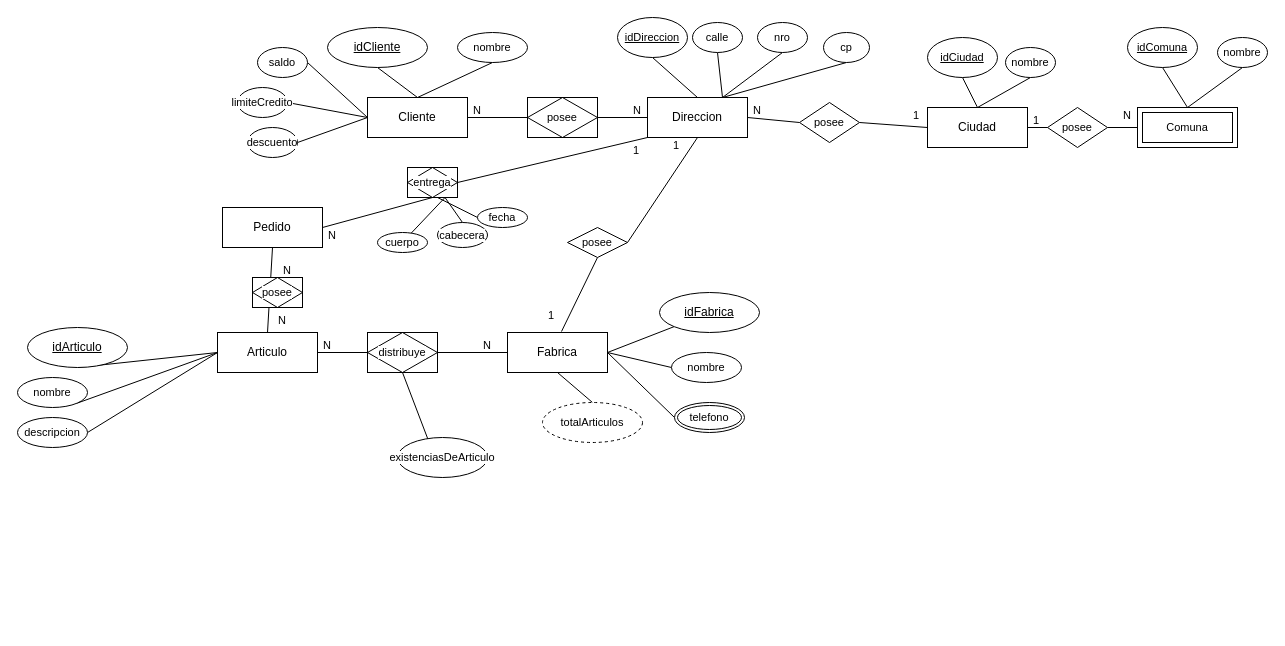
The draw.io diagram ej9.drawio in Donnie-MS/DiagramasUML-BaseDeDatos-Objetos2, before the edit. Source tidied: cells renumbered, new cells numbered last; positions are measured from the earlier drawing's top-left corner, leaving out a move shared by most shapes. Both pictures are drawn from the tidied source at 100%, with x=0, y=0 at pixel (17, 17).
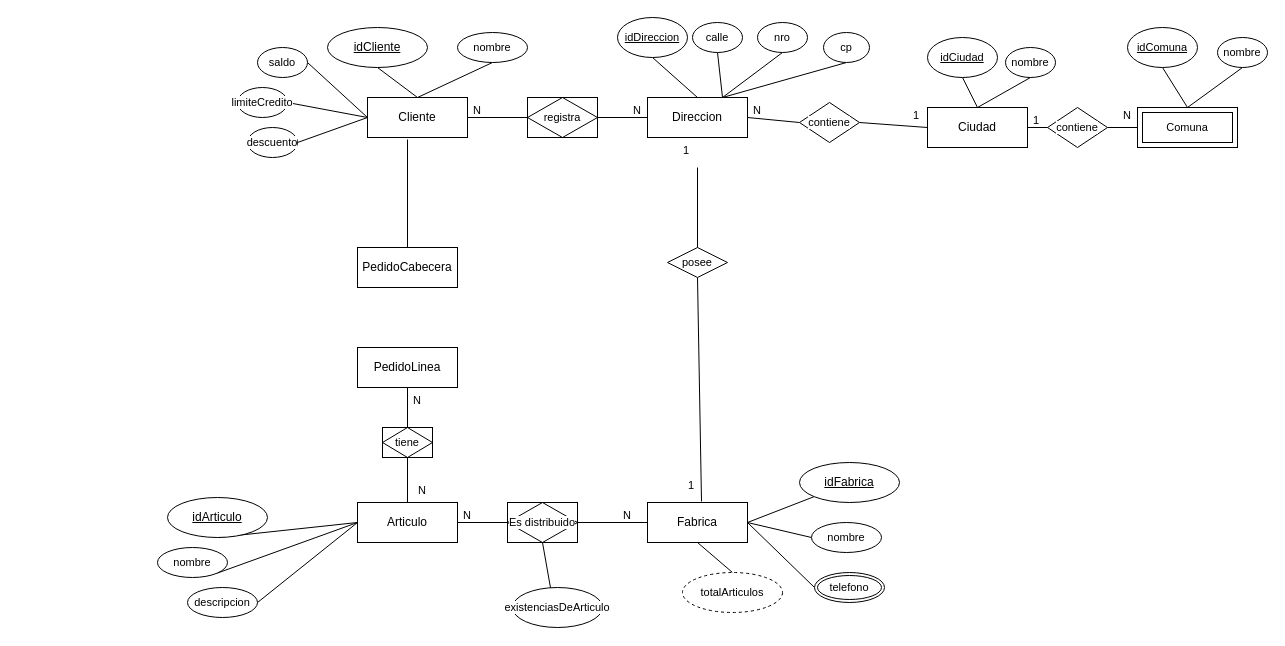
The same diagram, later.

The change refers to these unchanged cells:
```xml
<mxCell id="3" value="Cliente" style="whiteSpace=wrap;html=1;align=center;" parent="1" vertex="1">
  <mxGeometry x="350" y="80" width="100" height="40" as="geometry" />
</mxCell>
<mxCell id="10" value="Direccion" style="whiteSpace=wrap;html=1;align=center;" parent="1" vertex="1">
  <mxGeometry x="630" y="80" width="100" height="40" as="geometry" />
</mxCell>
```

The edit, as a diff of the source:
```diff
@@
-    <mxCell id="17" value="posee" style="shape=associativeEntity;whiteSpace=wrap;html=1;align=center;fontFamily=Helvetica;fontSize=11;fontColor=default;labelBackgroundColor=default;" parent="1" vertex="1">
+    <mxCell id="17" value="registra" style="shape=associativeEntity;whiteSpace=wrap;html=1;align=center;fontFamily=Helvetica;fontSize=11;fontColor=default;labelBackgroundColor=default;" parent="1" vertex="1">
       <mxGeometry x="510" y="80" width="70" height="40" as="geometry" />
     </mxCell>
@@
     <mxCell id="29" value="Articulo" style="whiteSpace=wrap;html=1;align=center;" parent="1" vertex="1">
-      <mxGeometry x="200" y="315" width="100" height="40" as="geometry" />
+      <mxGeometry x="340" y="485" width="100" height="40" as="geometry" />
     </mxCell>
@@
-    <mxCell id="31" style="edgeStyle=none;shape=connector;rounded=0;jettySize=auto;html=1;exitX=1;exitY=0.5;exitDx=0;exitDy=0;entryX=0.5;entryY=1;entryDx=0;entryDy=0;strokeColor=default;align=center;verticalAlign=middle;fontFamily=Helvetica;fontSize=11;fontColor=default;labelBackgroundColor=default;endArrow=none;" parent="1" edge="1" source="53" target="10">
+    <mxCell id="31" style="edgeStyle=none;shape=connector;rounded=0;jettySize=auto;html=1;exitX=0.5;exitY=0;exitDx=0;exitDy=0;entryX=0.5;entryY=1;entryDx=0;entryDy=0;strokeColor=default;align=center;verticalAlign=middle;fontFamily=Helvetica;fontSize=11;fontColor=default;labelBackgroundColor=default;endArrow=none;" parent="1" edge="1" source="97" target="10">
       <mxGeometry relative="1" as="geometry" />
     </mxCell>
     <mxCell id="32" value="Fabrica" style="whiteSpace=wrap;html=1;align=center;" parent="1" vertex="1">
-      <mxGeometry x="490" y="315" width="100" height="40" as="geometry" />
+      <mxGeometry x="630" y="485" width="100" height="40" as="geometry" />
     </mxCell>
@@
-    <mxCell id="34" value="distribuye" style="shape=associativeEntity;whiteSpace=wrap;html=1;align=center;fontFamily=Helvetica;fontSize=11;fontColor=default;labelBackgroundColor=default;" parent="1" vertex="1">
-      <mxGeometry x="350" y="315" width="70" height="40" as="geometry" />
+    <mxCell id="34" value="Es distribuido" style="shape=associativeEntity;whiteSpace=wrap;html=1;align=center;fontFamily=Helvetica;fontSize=11;fontColor=default;labelBackgroundColor=default;" parent="1" vertex="1">
+      <mxGeometry x="490" y="485" width="70" height="40" as="geometry" />
     </mxCell>
     <mxCell id="35" value="N" style="text;strokeColor=none;fillColor=none;spacingLeft=4;spacingRight=4;overflow=hidden;fontSize=11;whiteSpace=wrap;html=1;fontFamily=Helvetica;fontColor=default;labelBackgroundColor=default;" parent="1" vertex="1">
-      <mxGeometry x="460" y="315" width="20" height="30" as="geometry" />
+      <mxGeometry x="600" y="485" width="20" height="30" as="geometry" />
     </mxCell>
     <mxCell id="36" value="N" style="text;strokeColor=none;fillColor=none;spacingLeft=4;spacingRight=4;overflow=hidden;fontSize=11;whiteSpace=wrap;html=1;fontFamily=Helvetica;fontColor=default;labelBackgroundColor=default;" parent="1" vertex="1">
-      <mxGeometry x="300" y="315" width="20" height="30" as="geometry" />
+      <mxGeometry x="440" y="485" width="20" height="30" as="geometry" />
     </mxCell>
@@
     <mxCell id="38" value="existenciasDeArticulo" style="ellipse;whiteSpace=wrap;html=1;align=center;fontFamily=Helvetica;fontSize=11;fontColor=default;labelBackgroundColor=default;" parent="1" vertex="1">
-      <mxGeometry x="380" y="420" width="90" height="40" as="geometry" />
+      <mxGeometry x="495" y="570" width="90" height="40" as="geometry" />
     </mxCell>
@@
     <mxCell id="40" value="idArticulo" style="ellipse;whiteSpace=wrap;html=1;align=center;fontStyle=4;" parent="1" vertex="1">
-      <mxGeometry x="10" y="310" width="100" height="40" as="geometry" />
+      <mxGeometry x="150" y="480" width="100" height="40" as="geometry" />
     </mxCell>
@@
     <mxCell id="42" value="idFabrica" style="ellipse;whiteSpace=wrap;html=1;align=center;fontStyle=4;" parent="1" vertex="1">
-      <mxGeometry x="642" y="275" width="100" height="40" as="geometry" />
+      <mxGeometry x="782" y="445" width="100" height="40" as="geometry" />
     </mxCell>
@@
     <mxCell id="45" value="nombre" style="ellipse;whiteSpace=wrap;html=1;align=center;fontFamily=Helvetica;fontSize=11;fontColor=default;labelBackgroundColor=default;" parent="1" vertex="1">
-      <mxGeometry y="360" width="70" height="30" as="geometry" />
+      <mxGeometry x="140" y="530" width="70" height="30" as="geometry" />
     </mxCell>
     <mxCell id="46" style="edgeStyle=none;shape=connector;rounded=0;jettySize=auto;html=1;exitX=1;exitY=0.5;exitDx=0;exitDy=0;strokeColor=default;align=center;verticalAlign=middle;fontFamily=Helvetica;fontSize=11;fontColor=default;labelBackgroundColor=default;endArrow=none;" parent="1" edge="1" source="47">
       <mxGeometry relative="1" as="geometry">
-        <mxPoint x="200" y="335" as="targetPoint" />
+        <mxPoint x="340" y="505" as="targetPoint" />
       </mxGeometry>
     </mxCell>
     <mxCell id="47" value="descripcion" style="ellipse;whiteSpace=wrap;html=1;align=center;fontFamily=Helvetica;fontSize=11;fontColor=default;labelBackgroundColor=default;" parent="1" vertex="1">
-      <mxGeometry y="400" width="70" height="30" as="geometry" />
+      <mxGeometry x="170" y="570" width="70" height="30" as="geometry" />
     </mxCell>
     <mxCell id="48" value="nombre" style="ellipse;whiteSpace=wrap;html=1;align=center;fontFamily=Helvetica;fontSize=11;fontColor=default;labelBackgroundColor=default;" parent="1" vertex="1">
-      <mxGeometry x="654" y="335" width="70" height="30" as="geometry" />
+      <mxGeometry x="794" y="505" width="70" height="30" as="geometry" />
     </mxCell>
     <mxCell id="49" style="edgeStyle=none;shape=connector;rounded=0;jettySize=auto;html=1;exitX=0;exitY=0.5;exitDx=0;exitDy=0;strokeColor=default;align=center;verticalAlign=middle;fontFamily=Helvetica;fontSize=11;fontColor=default;labelBackgroundColor=default;endArrow=none;" parent="1" edge="1" source="50">
       <mxGeometry relative="1" as="geometry">
-        <mxPoint x="590" y="335" as="targetPoint" />
+        <mxPoint x="730" y="505" as="targetPoint" />
       </mxGeometry>
     </mxCell>
     <mxCell id="50" value="telefono" style="ellipse;shape=doubleEllipse;margin=3;whiteSpace=wrap;html=1;align=center;fontFamily=Helvetica;fontSize=11;fontColor=default;labelBackgroundColor=default;" parent="1" vertex="1">
-      <mxGeometry x="657" y="385" width="70" height="30" as="geometry" />
+      <mxGeometry x="797" y="555" width="70" height="30" as="geometry" />
     </mxCell>
-    <mxCell id="51" value="1" style="text;strokeColor=none;fillColor=none;spacingLeft=4;spacingRight=4;overflow=hidden;fontSize=11;whiteSpace=wrap;html=1;fontFamily=Helvetica;fontColor=default;labelBackgroundColor=default;" parent="1" vertex="1">
-      <mxGeometry x="650" y="115" width="40" height="30" as="geometry" />
-    </mxCell>
@@
     <mxCell id="53" value="posee" style="shape=rhombus;perimeter=rhombusPerimeter;whiteSpace=wrap;html=1;align=center;fontFamily=Helvetica;fontSize=11;fontColor=default;labelBackgroundColor=default;" parent="1" vertex="1">
-      <mxGeometry x="550" y="210" width="60" height="30" as="geometry" />
+      <mxGeometry x="650" y="230" width="60" height="30" as="geometry" />
     </mxCell>
     <mxCell id="54" style="edgeStyle=none;shape=connector;rounded=0;jettySize=auto;html=1;exitX=0.5;exitY=0;exitDx=0;exitDy=0;entryX=0.5;entryY=1;entryDx=0;entryDy=0;strokeColor=default;align=center;verticalAlign=middle;fontFamily=Helvetica;fontSize=11;fontColor=default;labelBackgroundColor=default;endArrow=none;" parent="1" edge="1" target="32">
       <mxGeometry relative="1" as="geometry">
-        <mxPoint x="575" y="385" as="sourcePoint" />
+        <mxPoint x="715" y="555" as="sourcePoint" />
       </mxGeometry>
     </mxCell>
@@
-    <mxCell id="70" value="posee" style="shape=rhombus;perimeter=rhombusPerimeter;whiteSpace=wrap;html=1;align=center;fontFamily=Helvetica;fontSize=11;fontColor=default;labelBackgroundColor=default;" parent="1" vertex="1">
+    <mxCell id="70" value="contiene" style="shape=rhombus;perimeter=rhombusPerimeter;whiteSpace=wrap;html=1;align=center;fontFamily=Helvetica;fontSize=11;fontColor=default;labelBackgroundColor=default;" parent="1" vertex="1">
       <mxGeometry x="1030" y="90" width="60" height="40" as="geometry" />
     </mxCell>
@@
-    <mxCell id="72" value="posee" style="shape=rhombus;perimeter=rhombusPerimeter;whiteSpace=wrap;html=1;align=center;fontFamily=Helvetica;fontSize=11;fontColor=default;labelBackgroundColor=default;" parent="1" vertex="1">
+    <mxCell id="72" value="contiene" style="shape=rhombus;perimeter=rhombusPerimeter;whiteSpace=wrap;html=1;align=center;fontFamily=Helvetica;fontSize=11;fontColor=default;labelBackgroundColor=default;" parent="1" vertex="1">
       <mxGeometry x="782" y="85" width="60" height="40" as="geometry" />
     </mxCell>
@@
-    <mxCell id="75" style="edgeStyle=none;shape=connector;rounded=0;jettySize=auto;html=1;exitX=1;exitY=0.5;exitDx=0;exitDy=0;entryX=0;entryY=1;entryDx=0;entryDy=0;strokeColor=default;align=center;verticalAlign=middle;fontFamily=Helvetica;fontSize=11;fontColor=default;labelBackgroundColor=default;endArrow=none;" parent="1" edge="1" source="85" target="10">
-      <mxGeometry relative="1" as="geometry" />
-    </mxCell>
-    <mxCell id="76" style="edgeStyle=none;shape=connector;rounded=0;jettySize=auto;html=1;exitX=0.5;exitY=1;exitDx=0;exitDy=0;entryX=0.5;entryY=0;entryDx=0;entryDy=0;strokeColor=default;align=center;verticalAlign=middle;fontFamily=Helvetica;fontSize=11;fontColor=default;labelBackgroundColor=default;endArrow=none;" parent="1" edge="1" source="78" target="29">
+    <mxCell id="76" style="edgeStyle=none;shape=connector;rounded=0;jettySize=auto;html=1;exitX=0.5;exitY=1;exitDx=0;exitDy=0;entryX=0.5;entryY=0;entryDx=0;entryDy=0;strokeColor=default;align=center;verticalAlign=middle;fontFamily=Helvetica;fontSize=11;fontColor=default;labelBackgroundColor=default;endArrow=none;" parent="1" edge="1" source="83" target="29">
       <mxGeometry relative="1" as="geometry" />
     </mxCell>
-    <mxCell id="77" style="edgeStyle=none;shape=connector;rounded=0;jettySize=auto;html=1;exitX=1;exitY=0.5;exitDx=0;exitDy=0;entryX=0.5;entryY=1;entryDx=0;entryDy=0;strokeColor=default;align=center;verticalAlign=middle;fontFamily=Helvetica;fontSize=11;fontColor=default;labelBackgroundColor=default;endArrow=none;" parent="1" edge="1" source="78" target="85">
-      <mxGeometry relative="1" as="geometry" />
-    </mxCell>
-    <mxCell id="78" value="Pedido" style="whiteSpace=wrap;html=1;align=center;" parent="1" vertex="1">
-      <mxGeometry x="205" y="190" width="100" height="40" as="geometry" />
+    <mxCell id="78" value="PedidoLinea" style="whiteSpace=wrap;html=1;align=center;" parent="1" vertex="1">
+      <mxGeometry x="340" y="330" width="100" height="40" as="geometry" />
     </mxCell>
@@
     <mxCell id="80" value="1" style="text;strokeColor=none;fillColor=none;spacingLeft=4;spacingRight=4;overflow=hidden;points=[[0,0.5],[1,0.5]];portConstraint=eastwest;fontSize=11;whiteSpace=wrap;html=1;fontFamily=Helvetica;fontColor=default;labelBackgroundColor=default;" parent="1" vertex="1">
-      <mxGeometry x="525" y="285" width="40" height="30" as="geometry" />
+      <mxGeometry x="665" y="455" width="40" height="30" as="geometry" />
     </mxCell>
     <mxCell id="81" value="N" style="text;strokeColor=none;fillColor=none;spacingLeft=4;spacingRight=4;overflow=hidden;fontSize=11;whiteSpace=wrap;html=1;fontFamily=Helvetica;fontColor=default;labelBackgroundColor=default;" parent="1" vertex="1">
-      <mxGeometry x="255" y="290" width="20" height="30" as="geometry" />
+      <mxGeometry x="395" y="460" width="20" height="30" as="geometry" />
     </mxCell>
     <mxCell id="82" value="N" style="text;strokeColor=none;fillColor=none;spacingLeft=4;spacingRight=4;overflow=hidden;fontSize=11;whiteSpace=wrap;html=1;fontFamily=Helvetica;fontColor=default;labelBackgroundColor=default;" parent="1" vertex="1">
-      <mxGeometry x="260" y="240" width="20" height="30" as="geometry" />
+      <mxGeometry x="390" y="370" width="20" height="30" as="geometry" />
     </mxCell>
+    <mxCell id="92" value="totalArticulos" style="ellipse;whiteSpace=wrap;html=1;align=center;dashed=1;fontFamily=Helvetica;fontSize=11;fontColor=default;labelBackgroundColor=default;" parent="1" vertex="1">
+      <mxGeometry x="665" y="555" width="100" height="40" as="geometry" />
+    </mxCell>
+    <mxCell id="94" value="PedidoCabecera" style="whiteSpace=wrap;html=1;align=center;" parent="1" vertex="1">
+      <mxGeometry x="340" y="230" width="100" height="40" as="geometry" />
+    </mxCell>
+    <mxCell id="95" style="edgeStyle=none;shape=connector;rounded=0;jettySize=auto;html=1;exitX=0.5;exitY=1;exitDx=0;exitDy=0;entryX=0.5;entryY=0;entryDx=0;entryDy=0;strokeColor=default;align=center;verticalAlign=middle;fontFamily=Helvetica;fontSize=11;fontColor=default;labelBackgroundColor=default;endArrow=none;" parent="1" edge="1" source="78" target="83">
+      <mxGeometry relative="1" as="geometry" />
+    </mxCell>
-    <mxCell id="83" value="posee" style="shape=associativeEntity;whiteSpace=wrap;html=1;align=center;fontFamily=Helvetica;fontSize=11;fontColor=default;labelBackgroundColor=default;" parent="1" vertex="1">
-      <mxGeometry x="235" y="260" width="50" height="30" as="geometry" />
+    <mxCell id="83" value="tiene" style="shape=associativeEntity;whiteSpace=wrap;html=1;align=center;fontFamily=Helvetica;fontSize=11;fontColor=default;labelBackgroundColor=default;" parent="1" vertex="1">
+      <mxGeometry x="365" y="410" width="50" height="30" as="geometry" />
     </mxCell>
-    <mxCell id="84" style="edgeStyle=none;shape=connector;rounded=0;jettySize=auto;html=1;exitX=0.587;exitY=0.989;exitDx=0;exitDy=0;entryX=0;entryY=0.5;entryDx=0;entryDy=0;strokeColor=default;align=center;verticalAlign=middle;fontFamily=Helvetica;fontSize=11;fontColor=default;labelBackgroundColor=default;endArrow=none;exitPerimeter=0;" parent="1" edge="1" source="85" target="91">
-      <mxGeometry relative="1" as="geometry" />
-    </mxCell>
-    <mxCell id="85" value="entrega" style="shape=associativeEntity;whiteSpace=wrap;html=1;align=center;fontFamily=Helvetica;fontSize=11;fontColor=default;labelBackgroundColor=default;" parent="1" vertex="1">
-      <mxGeometry x="390" y="150" width="50" height="30" as="geometry" />
-    </mxCell>
-    <mxCell id="86" value="1" style="text;strokeColor=none;fillColor=none;spacingLeft=4;spacingRight=4;overflow=hidden;fontSize=11;whiteSpace=wrap;html=1;fontFamily=Helvetica;fontColor=default;labelBackgroundColor=default;" parent="1" vertex="1">
-      <mxGeometry x="610" y="120" width="20" height="30" as="geometry" />
-    </mxCell>
-    <mxCell id="87" style="edgeStyle=none;shape=connector;rounded=0;jettySize=auto;html=1;exitX=0.5;exitY=0;exitDx=0;exitDy=0;entryX=0.75;entryY=1;entryDx=0;entryDy=0;strokeColor=default;align=center;verticalAlign=middle;fontFamily=Helvetica;fontSize=11;fontColor=default;labelBackgroundColor=default;endArrow=none;" parent="1" edge="1" source="88" target="85">
-      <mxGeometry relative="1" as="geometry" />
-    </mxCell>
-    <mxCell id="88" value="cabecera" style="ellipse;whiteSpace=wrap;html=1;align=center;fontFamily=Helvetica;fontSize=11;fontColor=default;labelBackgroundColor=default;" parent="1" vertex="1">
-      <mxGeometry x="420" y="205" width="50" height="25" as="geometry" />
-    </mxCell>
-    <mxCell id="89" style="edgeStyle=none;shape=connector;rounded=0;jettySize=auto;html=1;strokeColor=default;align=center;verticalAlign=middle;fontFamily=Helvetica;fontSize=11;fontColor=default;labelBackgroundColor=default;endArrow=none;entryX=0.75;entryY=1;entryDx=0;entryDy=0;" parent="1" edge="1" source="90" target="85">
-      <mxGeometry relative="1" as="geometry" />
-    </mxCell>
-    <mxCell id="90" value="cuerpo" style="ellipse;whiteSpace=wrap;html=1;align=center;fontFamily=Helvetica;fontSize=11;fontColor=default;labelBackgroundColor=default;" parent="1" vertex="1">
-      <mxGeometry x="360" y="215" width="50" height="20" as="geometry" />
-    </mxCell>
-    <mxCell id="91" value="fecha" style="ellipse;whiteSpace=wrap;html=1;align=center;fontFamily=Helvetica;fontSize=11;fontColor=default;labelBackgroundColor=default;" parent="1" vertex="1">
-      <mxGeometry x="460" y="190" width="50" height="20" as="geometry" />
-    </mxCell>
-    <mxCell id="92" value="totalArticulos" style="ellipse;whiteSpace=wrap;html=1;align=center;dashed=1;fontFamily=Helvetica;fontSize=11;fontColor=default;labelBackgroundColor=default;" parent="1" vertex="1">
-      <mxGeometry x="525" y="385" width="100" height="40" as="geometry" />
-    </mxCell>
-    <mxCell id="93" value="N" style="text;strokeColor=none;fillColor=none;spacingLeft=4;spacingRight=4;overflow=hidden;fontSize=11;whiteSpace=wrap;html=1;fontFamily=Helvetica;fontColor=default;labelBackgroundColor=default;" parent="1" vertex="1">
-      <mxGeometry x="305" y="205" width="20" height="30" as="geometry" />
-    </mxCell>
+    <mxCell id="96" style="edgeStyle=none;shape=connector;rounded=0;jettySize=auto;html=1;exitX=0.5;exitY=0;exitDx=0;exitDy=0;entryX=0.5;entryY=1;entryDx=0;entryDy=0;strokeColor=default;align=center;verticalAlign=middle;fontFamily=Helvetica;fontSize=11;fontColor=default;labelBackgroundColor=default;endArrow=none;" parent="1" edge="1" source="53" target="97">
+      <mxGeometry relative="1" as="geometry" />
+    </mxCell>
+    <mxCell id="97" value="1" style="text;strokeColor=none;fillColor=none;spacingLeft=4;spacingRight=4;overflow=hidden;points=[[0,0.5],[1,0.5]];portConstraint=eastwest;fontSize=11;whiteSpace=wrap;html=1;fontFamily=Helvetica;fontColor=default;labelBackgroundColor=default;" parent="1" vertex="1">
+      <mxGeometry x="660" y="120" width="40" height="30" as="geometry" />
+    </mxCell>
+    <mxCell id="98" style="edgeStyle=none;shape=connector;rounded=0;jettySize=auto;html=1;exitX=0.5;exitY=0;exitDx=0;exitDy=0;entryX=0.4;entryY=1.05;entryDx=0;entryDy=0;entryPerimeter=0;strokeColor=default;align=center;verticalAlign=middle;fontFamily=Helvetica;fontSize=11;fontColor=default;labelBackgroundColor=default;endArrow=none;" parent="1" edge="1" source="94" target="3">
+      <mxGeometry relative="1" as="geometry" />
+    </mxCell>
```
